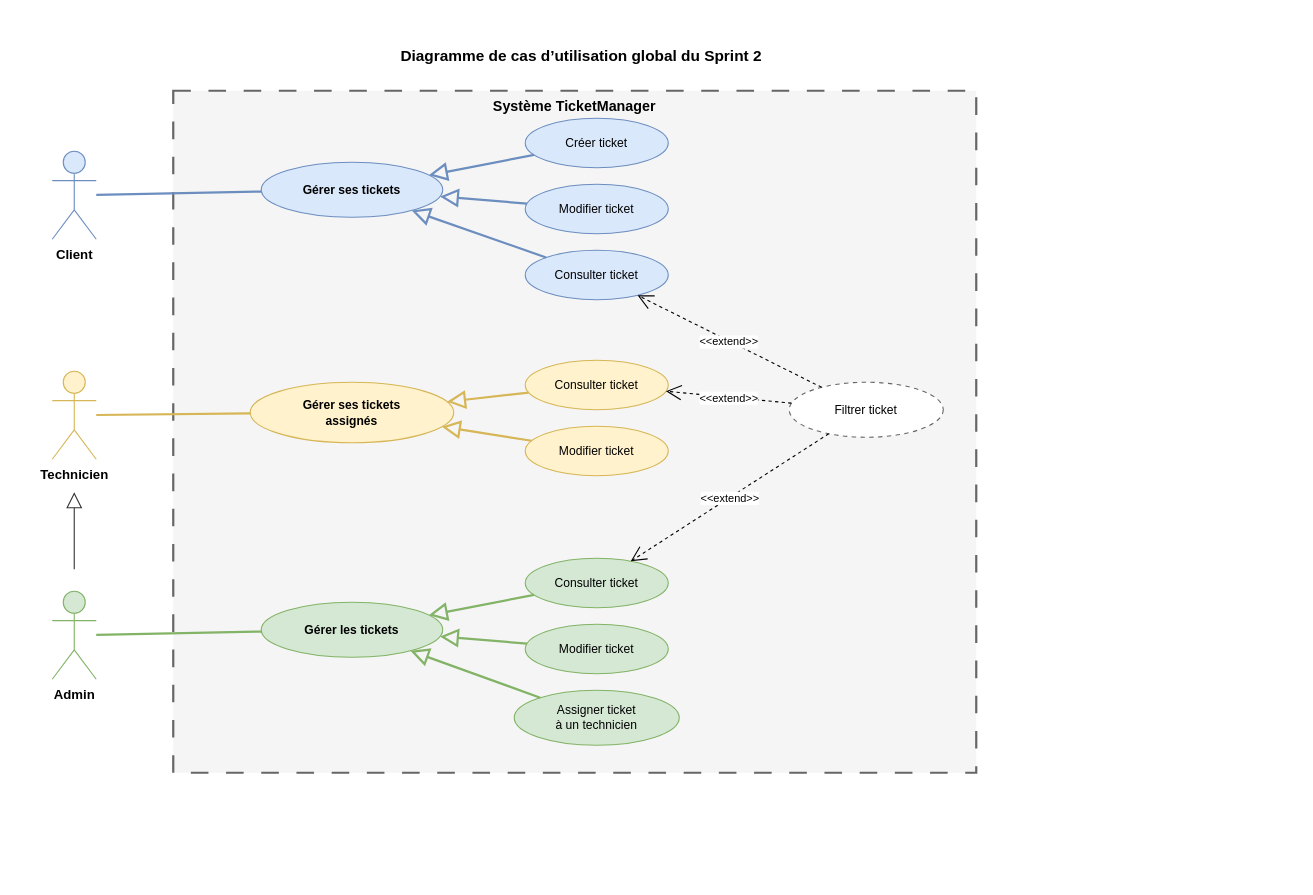
Above: docs/diagrammes/cas-utilisation-s2.drawio in amelbenhazem/TicketManager (draw.io), before the change. Source tidied: cells renumbered, new cells numbered last; positions are measured from the earlier drawing's top-left corner, leaving out a move shared by most shapes. Both pictures are drawn from the tidied source at 110%, with x=0, y=0 at pixel (30, 19).
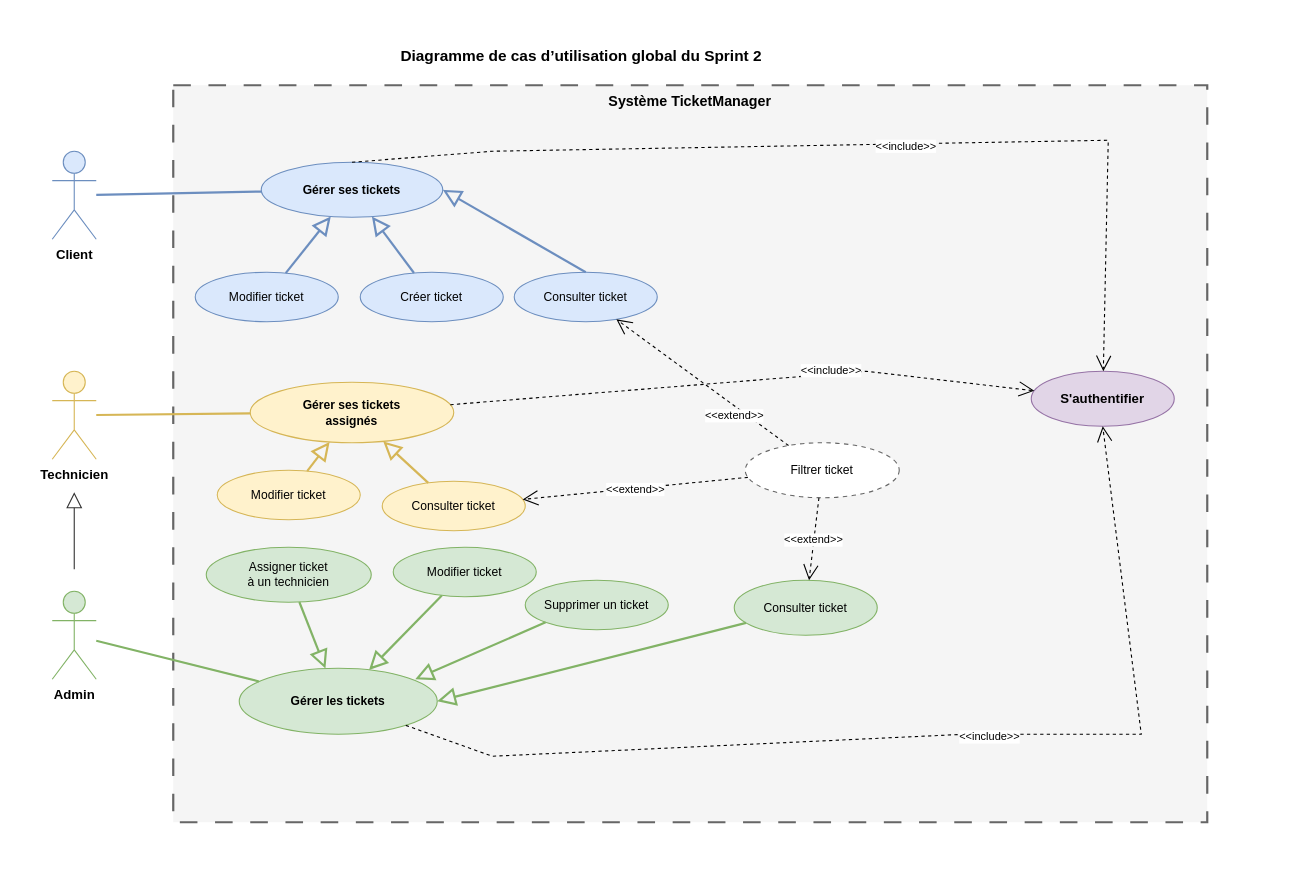
The same page after the edit.

Unchanged cells that the change refers to:
```xml
<mxCell id="9" value="Gérer ses tickets" style="ellipse;whiteSpace=wrap;html=1;fillColor=#dae8fc;strokeColor=#6c8ebf;fontStyle=1;fontSize=11;fontColor=#000000;" parent="1" vertex="1">
  <mxGeometry x="210" y="130" width="165" height="50" as="geometry" />
</mxCell>
<mxCell id="10" value="Gérer ses tickets&#10;assignés" style="ellipse;whiteSpace=wrap;html=1;fillColor=#fff2cc;strokeColor=#d6b656;fontStyle=1;fontSize=11;fontColor=#000000;" parent="1" vertex="1">
  <mxGeometry x="200" y="330" width="185" height="55" as="geometry" />
</mxCell>
```

What changed in the source:
```diff
@@
     <mxCell id="2" style="rounded=0;whiteSpace=wrap;html=1;fillColor=#ffffff;strokeColor=none;" parent="1" vertex="1">
-      <mxGeometry width="890" height="710" as="geometry" />
+      <mxGeometry x="-10" width="1160" height="780" as="geometry" />
     </mxCell>
@@
     <mxCell id="4" value="Système TicketManager" style="rounded=0;whiteSpace=wrap;html=1;verticalAlign=top;fontStyle=1;fontSize=13;fillColor=#f5f5f5;strokeColor=#666666;strokeWidth=2;fontColor=#000000;dashed=1;dashPattern=8 8;" parent="1" vertex="1">
-      <mxGeometry x="130" y="65" width="730" height="620" as="geometry" />
+      <mxGeometry x="130" y="60" width="940" height="670" as="geometry" />
     </mxCell>
@@
     <mxCell id="11" value="Gérer les tickets" style="ellipse;whiteSpace=wrap;html=1;fillColor=#d5e8d4;strokeColor=#82b366;fontStyle=1;fontSize=11;fontColor=#000000;" parent="1" vertex="1">
-      <mxGeometry x="210" y="530" width="165" height="50" as="geometry" />
+      <mxGeometry x="190" y="590" width="180" height="60" as="geometry" />
     </mxCell>
     <mxCell id="12" value="Créer ticket" style="ellipse;whiteSpace=wrap;html=1;fillColor=#dae8fc;strokeColor=#6c8ebf;fontSize=11;fontColor=#000000;" parent="1" vertex="1">
-      <mxGeometry x="450" y="90" width="130" height="45" as="geometry" />
+      <mxGeometry x="300" y="230" width="130" height="45" as="geometry" />
     </mxCell>
     <mxCell id="13" value="Modifier ticket" style="ellipse;whiteSpace=wrap;html=1;fillColor=#dae8fc;strokeColor=#6c8ebf;fontSize=11;fontColor=#000000;" parent="1" vertex="1">
-      <mxGeometry x="450" y="150" width="130" height="45" as="geometry" />
+      <mxGeometry x="150" y="230" width="130" height="45" as="geometry" />
     </mxCell>
     <mxCell id="14" value="Consulter ticket" style="ellipse;whiteSpace=wrap;html=1;fillColor=#dae8fc;strokeColor=#6c8ebf;fontSize=11;fontColor=#000000;" parent="1" vertex="1">
-      <mxGeometry x="450" y="210" width="130" height="45" as="geometry" />
+      <mxGeometry x="440" y="230" width="130" height="45" as="geometry" />
     </mxCell>
     <mxCell id="15" value="Consulter ticket" style="ellipse;whiteSpace=wrap;html=1;fillColor=#fff2cc;strokeColor=#d6b656;fontSize=11;fontColor=#000000;" parent="1" vertex="1">
-      <mxGeometry x="450" y="310" width="130" height="45" as="geometry" />
+      <mxGeometry x="320" y="420" width="130" height="45" as="geometry" />
     </mxCell>
     <mxCell id="16" value="Modifier ticket" style="ellipse;whiteSpace=wrap;html=1;fillColor=#fff2cc;strokeColor=#d6b656;fontSize=11;fontColor=#000000;" parent="1" vertex="1">
-      <mxGeometry x="450" y="370" width="130" height="45" as="geometry" />
+      <mxGeometry x="170" y="410" width="130" height="45" as="geometry" />
     </mxCell>
     <mxCell id="17" value="Consulter ticket" style="ellipse;whiteSpace=wrap;html=1;fillColor=#d5e8d4;strokeColor=#82b366;fontSize=11;fontColor=#000000;" parent="1" vertex="1">
-      <mxGeometry x="450" y="490" width="130" height="45" as="geometry" />
+      <mxGeometry x="640" y="510" width="130" height="50" as="geometry" />
     </mxCell>
     <mxCell id="18" value="Modifier ticket" style="ellipse;whiteSpace=wrap;html=1;fillColor=#d5e8d4;strokeColor=#82b366;fontSize=11;fontColor=#000000;" parent="1" vertex="1">
-      <mxGeometry x="450" y="550" width="130" height="45" as="geometry" />
+      <mxGeometry x="330" y="480" width="130" height="45" as="geometry" />
     </mxCell>
     <mxCell id="19" value="Assigner ticket&#10;à un technicien" style="ellipse;whiteSpace=wrap;html=1;fillColor=#d5e8d4;strokeColor=#82b366;fontSize=11;fontColor=#000000;" parent="1" vertex="1">
-      <mxGeometry x="440" y="610" width="150" height="50" as="geometry" />
+      <mxGeometry x="160" y="480" width="150" height="50" as="geometry" />
     </mxCell>
     <mxCell id="20" value="Filtrer ticket" style="ellipse;whiteSpace=wrap;html=1;fillColor=#ffffff;strokeColor=#666666;fontSize=11;fontColor=#000000;dashed=1;dashPattern=4 4;" parent="1" vertex="1">
-      <mxGeometry x="690" y="330" width="140" height="50" as="geometry" />
+      <mxGeometry x="650" y="385" width="140" height="50" as="geometry" />
     </mxCell>
+    <mxCell id="35" value="S'authentifier" style="ellipse;whiteSpace=wrap;html=1;fillColor=#e1d5e7;strokeColor=#9673a6;fontStyle=1;fontSize=12;fontColor=#000000;" parent="1" vertex="1">
+      <mxGeometry x="910" y="320" width="130" height="50" as="geometry" />
+    </mxCell>
@@
-    <mxCell id="26" style="endArrow=block;endFill=0;endSize=12;html=1;rounded=0;strokeColor=#6c8ebf;strokeWidth=2;" parent="1" edge="1" source="14" target="9">
+    <mxCell id="26" style="endArrow=block;endFill=0;endSize=12;html=1;rounded=0;strokeColor=#6c8ebf;strokeWidth=2;entryX=1;entryY=0.5;entryDx=0;entryDy=0;exitX=0.5;exitY=0;exitDx=0;exitDy=0;" parent="1" edge="1" source="14" target="9">
       <mxGeometry relative="1" as="geometry" />
     </mxCell>
@@
-    <mxCell id="29" style="endArrow=block;endFill=0;endSize=12;html=1;rounded=0;strokeColor=#82b366;strokeWidth=2;" parent="1" edge="1" source="17" target="11">
+    <mxCell id="29" style="endArrow=block;endFill=0;endSize=12;html=1;rounded=0;strokeColor=#82b366;strokeWidth=2;entryX=1;entryY=0.5;entryDx=0;entryDy=0;" parent="1" edge="1" source="17" target="11">
       <mxGeometry relative="1" as="geometry" />
     </mxCell>
@@
     <mxCell id="32" value="&amp;lt;&amp;lt;extend&amp;gt;&amp;gt;" style="endArrow=open;endSize=12;dashed=1;html=1;rounded=0;strokeColor=#000000;fontSize=10;fontColor=#000000;labelBackgroundColor=#ffffff;" parent="1" edge="1" source="20" target="14">
-      <mxGeometry relative="1" as="geometry" />
+      <mxGeometry x="-0.42" y="7" relative="1" as="geometry" />
     </mxCell>
@@
+    <mxCell id="36" value="&amp;lt;&amp;lt;include&amp;gt;&amp;gt;" style="endArrow=open;endSize=12;dashed=1;html=1;rounded=0;strokeColor=#000000;fontSize=10;fontColor=#000000;labelBackgroundColor=#ffffff;exitX=0.5;exitY=0;exitDx=0;exitDy=0;" parent="1" edge="1" source="9" target="35">
+      <mxGeometry x="0.12" y="-2" relative="1" as="geometry">
+        <Array as="points">
+          <mxPoint x="420" y="120" />
+          <mxPoint x="980" y="110" />
+        </Array>
+        <mxPoint x="1" as="offset" />
+      </mxGeometry>
+    </mxCell>
+    <mxCell id="37" value="&amp;lt;&amp;lt;include&amp;gt;&amp;gt;" style="endArrow=open;endSize=12;dashed=1;html=1;rounded=0;strokeColor=#000000;fontSize=10;fontColor=#000000;labelBackgroundColor=#ffffff;" parent="1" edge="1" source="10" target="35">
+      <mxGeometry x="0.3" y="4" relative="1" as="geometry">
+        <Array as="points">
+          <mxPoint x="760" y="320" />
+        </Array>
+        <mxPoint x="1" as="offset" />
+      </mxGeometry>
+    </mxCell>
+    <mxCell id="38" value="&lt;p&gt;Supprimer un ticket&lt;/p&gt;" style="ellipse;whiteSpace=wrap;html=1;fillColor=#d5e8d4;strokeColor=#82b366;fontSize=11;fontColor=#000000;" parent="1" vertex="1">
+      <mxGeometry x="450" y="510" width="130" height="45" as="geometry" />
+    </mxCell>
+    <mxCell id="39" style="endArrow=block;endFill=0;endSize=12;html=1;rounded=0;strokeColor=#82b366;strokeWidth=2;exitX=0;exitY=1;exitDx=0;exitDy=0;" parent="1" edge="1" source="38">
+      <mxGeometry relative="1" as="geometry">
+        <mxPoint x="350" y="600" as="targetPoint" />
+      </mxGeometry>
+    </mxCell>
+    <mxCell id="40" value="&amp;lt;&amp;lt;include&amp;gt;&amp;gt;" style="endArrow=open;endSize=12;dashed=1;html=1;rounded=0;strokeColor=#000000;fontSize=10;fontColor=#000000;labelBackgroundColor=#ffffff;entryX=0.5;entryY=1;entryDx=0;entryDy=0;" parent="1" edge="1" source="11" target="35">
+      <mxGeometry x="0.12" y="-2" relative="1" as="geometry">
+        <Array as="points">
+          <mxPoint x="420" y="670" />
+          <mxPoint x="850" y="650" />
+          <mxPoint x="1010" y="650" />
+        </Array>
+        <mxPoint x="1" as="offset" />
+      </mxGeometry>
+    </mxCell>
```
